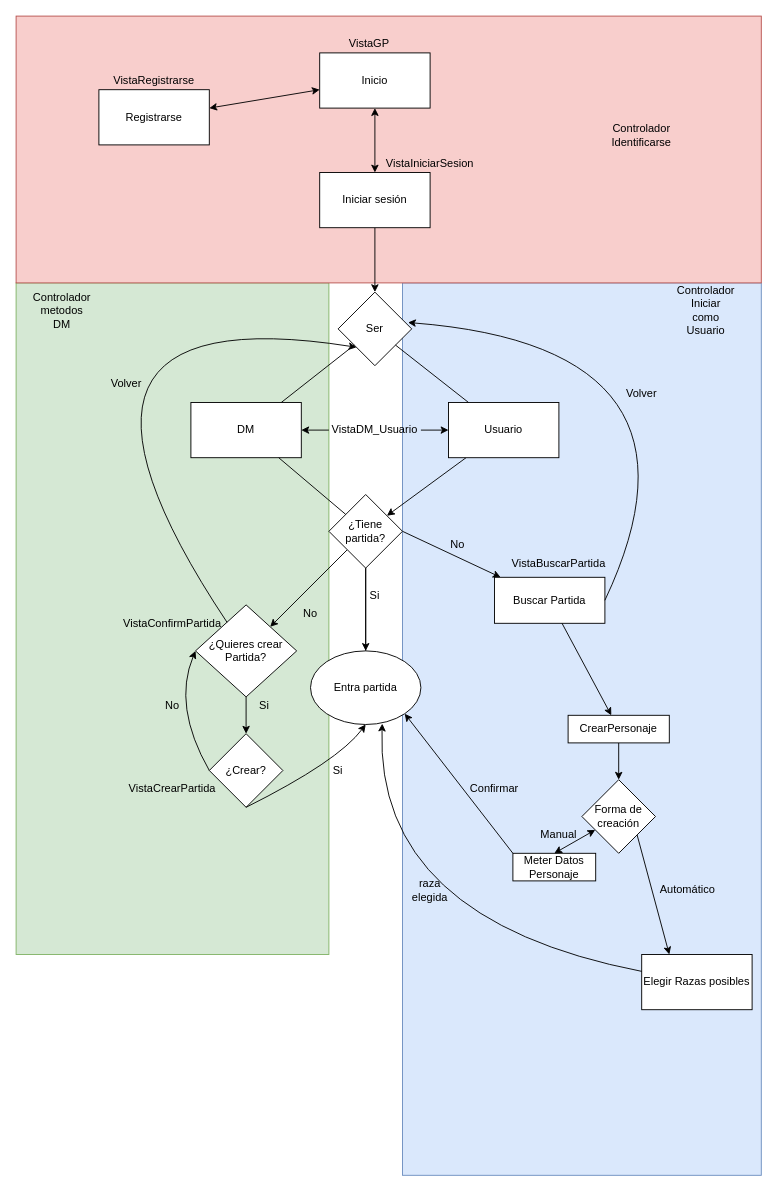
JaviOrtunoRoig/D-D keeps this draw.io diagram as diagrama.drawio. Above is the earlier version. Source tidied: cells renumbered, new cells numbered last; positions are measured from the earlier drawing's top-left corner, leaving out a move shared by most shapes. Both pictures are drawn from the tidied source at 92%, with x=0, y=0 at pixel (6, 16).
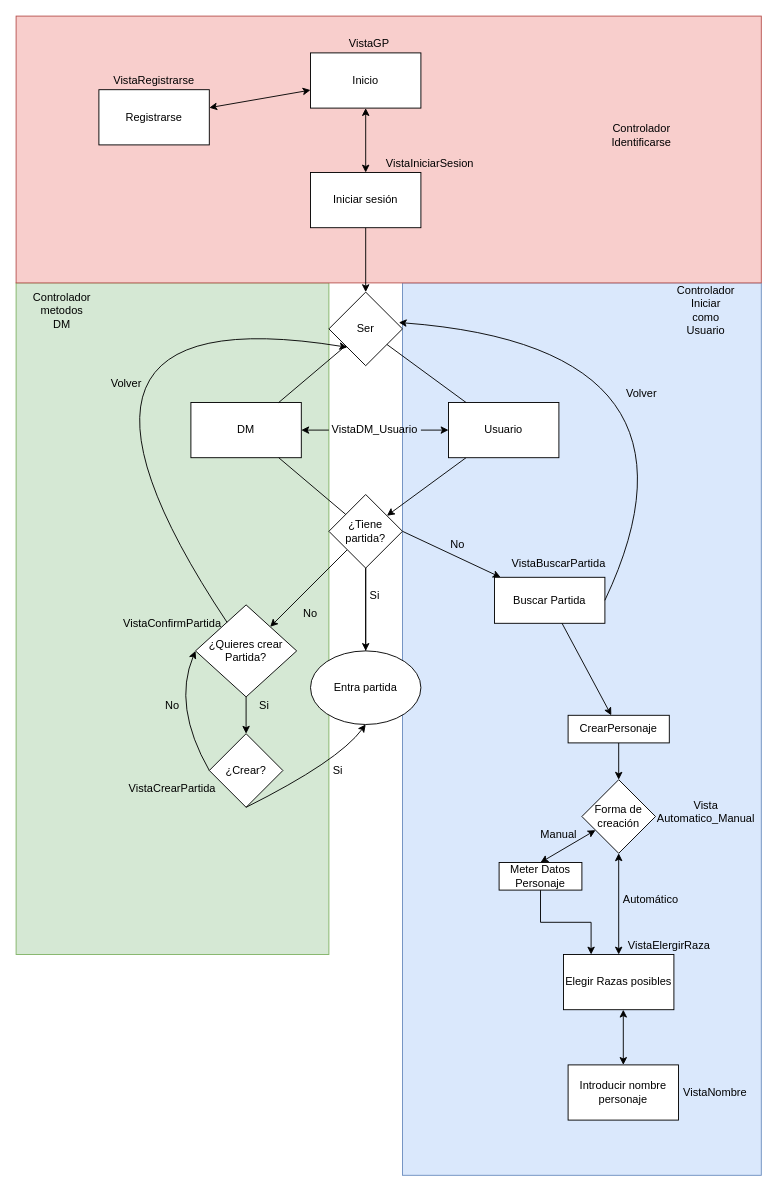
The same diagram, later.

Unchanged cells that the change refers to:
```xml
<mxCell id="17" value="Entra partida" style="ellipse;whiteSpace=wrap;html=1;" parent="1" vertex="1">
  <mxGeometry x="330" y="690" width="120" height="80" as="geometry" />
</mxCell>
<mxCell id="53" value="Forma de creación" style="rhombus;whiteSpace=wrap;html=1;rounded=0;shadow=0;glass=0;comic=0;" parent="1" vertex="1">
  <mxGeometry x="625" y="830" width="80" height="80" as="geometry" />
</mxCell>
```

The edit, as a diff of the source:
```diff
@@
     <mxCell id="5" value="Inicio" style="rounded=0;whiteSpace=wrap;html=1;" parent="1" vertex="1">
-      <mxGeometry x="340" y="40" width="120" height="60" as="geometry" />
+      <mxGeometry x="330" y="40" width="120" height="60" as="geometry" />
     </mxCell>
     <mxCell id="6" value="Ser" style="rhombus;whiteSpace=wrap;html=1;" parent="1" vertex="1">
-      <mxGeometry x="360" y="300" width="80" height="80" as="geometry" />
+      <mxGeometry x="350" y="300" width="80" height="80" as="geometry" />
     </mxCell>
@@
     <mxCell id="22" value="Iniciar sesión" style="rounded=0;whiteSpace=wrap;html=1;shadow=0;glass=0;comic=0;" parent="1" vertex="1">
-      <mxGeometry x="340" y="170" width="120" height="60" as="geometry" />
+      <mxGeometry x="330" y="170" width="120" height="60" as="geometry" />
     </mxCell>
@@
-    <mxCell id="52" style="edgeStyle=none;rounded=0;jettySize=auto;html=1;exitX=1;exitY=1;exitDx=0;exitDy=0;entryX=0.25;entryY=0;entryDx=0;entryDy=0;shadow=0;strokeWidth=1;" parent="1" edge="1" source="53" target="54">
-      <mxGeometry relative="1" as="geometry" />
-    </mxCell>
@@
     <mxCell id="54" value="Elegir Razas posibles" style="rounded=0;whiteSpace=wrap;html=1;shadow=0;glass=0;comic=0;" parent="1" vertex="1">
-      <mxGeometry x="690" y="1020" width="120" height="60" as="geometry" />
+      <mxGeometry x="605" y="1020" width="120" height="60" as="geometry" />
     </mxCell>
@@
     <mxCell id="56" value="Automático" style="text;html=1;strokeColor=none;fillColor=none;align=center;verticalAlign=middle;whiteSpace=wrap;rounded=0;shadow=0;glass=0;comic=0;" parent="1" vertex="1">
-      <mxGeometry x="720" y="940" width="40" height="20" as="geometry" />
+      <mxGeometry x="680" y="950" width="40" height="20" as="geometry" />
     </mxCell>
-    <mxCell id="57" style="curved=1;endArrow=classic;html=1;shadow=0;strokeWidth=1;entryX=0.65;entryY=0.988;entryDx=0;entryDy=0;entryPerimeter=0;" parent="1" edge="1" source="54" target="17">
-      <mxGeometry relative="1" as="geometry">
-        <Array as="points">
-          <mxPoint x="400" y="982" />
-        </Array>
-      </mxGeometry>
-    </mxCell>
-    <mxCell id="58" value="raza elegida" style="text;html=1;strokeColor=none;fillColor=none;align=center;verticalAlign=middle;whiteSpace=wrap;rounded=0;shadow=0;glass=0;comic=0;" parent="1" vertex="1">
-      <mxGeometry x="440" y="940" width="40" height="20" as="geometry" />
-    </mxCell>
+    <mxCell id="66" style="edgeStyle=orthogonalEdgeStyle;rounded=0;jettySize=auto;html=1;entryX=0.25;entryY=0;entryDx=0;entryDy=0;" parent="1" edge="1" source="59" target="54">
+      <mxGeometry relative="1" as="geometry" />
+    </mxCell>
     <mxCell id="59" value="Meter Datos Personaje" style="rounded=0;whiteSpace=wrap;html=1;" parent="1" vertex="1">
-      <mxGeometry x="550" y="910" width="90" height="30" as="geometry" />
+      <mxGeometry x="535" y="920" width="90" height="30" as="geometry" />
     </mxCell>
@@
-    <mxCell id="61" style="endArrow=classic;html=1;entryX=1;entryY=1;entryDx=0;entryDy=0;exitX=0;exitY=0;exitDx=0;exitDy=0;" parent="1" edge="1" source="59" target="17">
-      <mxGeometry relative="1" as="geometry" />
-    </mxCell>
-    <mxCell id="62" value="Confirmar" style="text;html=1;strokeColor=none;fillColor=none;align=center;verticalAlign=middle;whiteSpace=wrap;rounded=0;" parent="1" vertex="1">
-      <mxGeometry x="510" y="830" width="40" height="20" as="geometry" />
-    </mxCell>
@@
+    <mxCell id="67" style="endArrow=classic;startArrow=classic;html=1;" parent="1" edge="1" source="54" target="53">
+      <mxGeometry relative="1" as="geometry" />
+    </mxCell>
+    <mxCell id="68" value="VistaElergirRaza" style="text;html=1;strokeColor=none;fillColor=none;align=center;verticalAlign=middle;whiteSpace=wrap;rounded=0;" parent="1" vertex="1">
+      <mxGeometry x="700" y="1000" width="40" height="20" as="geometry" />
+    </mxCell>
+    <mxCell id="69" value="Vista Automatico_Manual" style="text;html=1;strokeColor=none;fillColor=none;align=center;verticalAlign=middle;whiteSpace=wrap;rounded=0;" parent="1" vertex="1">
+      <mxGeometry x="710" y="830" width="100" height="70" as="geometry" />
+    </mxCell>
+    <mxCell id="70" style="endArrow=classic;startArrow=classic;html=1;" parent="1" edge="1" source="71">
+      <mxGeometry relative="1" as="geometry">
+        <mxPoint x="670" y="1080" as="targetPoint" />
+      </mxGeometry>
+    </mxCell>
+    <mxCell id="71" value="Introducir nombre personaje" style="rounded=0;whiteSpace=wrap;html=1;" parent="1" vertex="1">
+      <mxGeometry x="610" y="1140" width="120" height="60" as="geometry" />
+    </mxCell>
+    <mxCell id="72" value="VistaNombre" style="text;html=1;strokeColor=none;fillColor=none;align=center;verticalAlign=middle;whiteSpace=wrap;rounded=0;" parent="1" vertex="1">
+      <mxGeometry x="750" y="1160" width="40" height="20" as="geometry" />
+    </mxCell>
```
